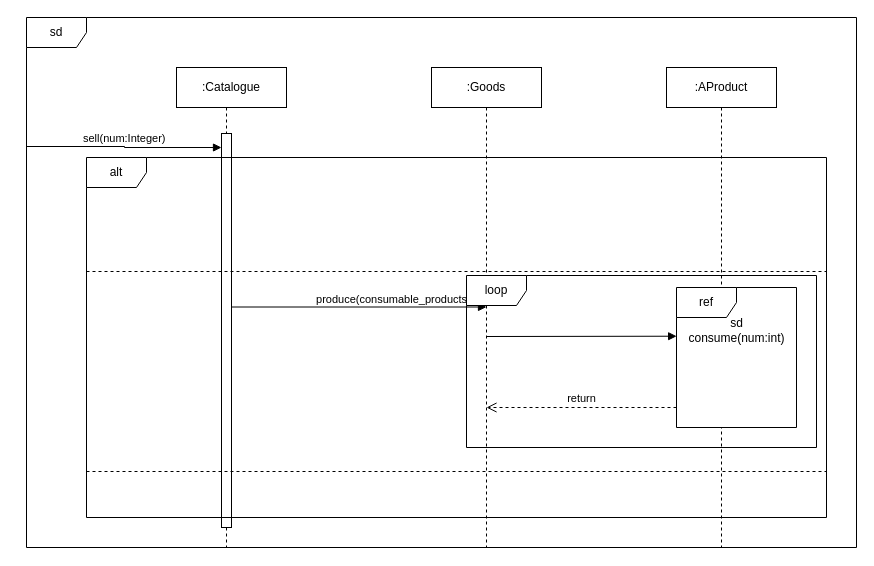
This is page "Последовательности" (1 of 3) of Диаграмма последовательности.drawio from R3plicant/ooap_lab1, a draw.io file, before an edit. Source tidied: cells renumbered, new cells numbered last; positions are measured from the earlier drawing's top-left corner, leaving out a move shared by most shapes. Both pictures are drawn from the tidied source at 100%, with x=0, y=0 at pixel (26, 17).
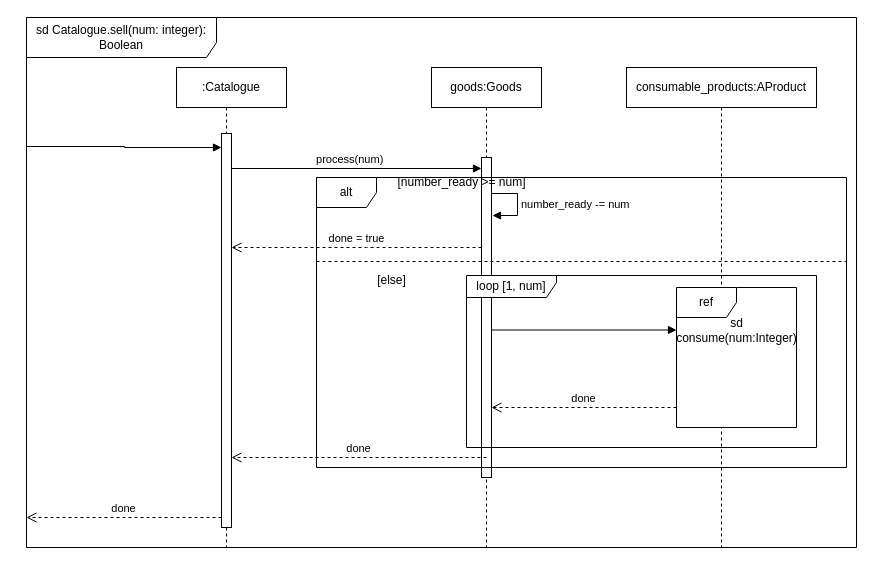
After the change.

Unchanged cells that the change refers to:
```xml
<mxCell id="3" style="endArrow=block;endFill=1;html=1;edgeStyle=orthogonalEdgeStyle;align=left;verticalAlign=top;rounded=0;" parent="1" edge="1">
  <mxGeometry x="-0.25" y="10" relative="1" as="geometry">
    <mxPoint y="129" as="sourcePoint" />
    <mxPoint x="195" y="130" as="targetPoint" />
    <Array as="points">
      <mxPoint x="98" y="130" />
    </Array>
  </mxGeometry>
</mxCell>
<mxCell id="10" style="html=1;points=[[0,0,0,0,5],[0,1,0,0,-5],[1,0,0,0,5],[1,1,0,0,-5]];perimeter=orthogonalPerimeter;outlineConnect=0;targetShapes=umlLifeline;portConstraint=eastwest;newEdgeStyle={&quot;curved&quot;:0,&quot;rounded&quot;:0};" parent="1" vertex="1">
  <mxGeometry x="195" y="116" width="10" height="394" as="geometry" />
</mxCell>
<mxCell id="15" value="ref" style="shape=umlFrame;whiteSpace=wrap;html=1;fillStyle=solid;swimlaneFillColor=default;" parent="1" vertex="1">
  <mxGeometry x="650" y="270" width="120" height="140" as="geometry" />
</mxCell>
```

Change to the diagram source:
```diff
@@
-    <mxCell id="4" value="sell(num:Integer)" style="edgeLabel;html=1;align=left;verticalAlign=bottom;" parent="3" vertex="1">
-      <mxGeometry x="-1" relative="1" as="geometry">
-        <mxPoint x="55" as="offset" />
-      </mxGeometry>
-    </mxCell>
@@
+    <mxCell id="22" style="html=1;points=[[0,0,0,0,5],[0,1,0,0,-5],[1,0,0,0,5],[1,1,0,0,-5]];perimeter=orthogonalPerimeter;outlineConnect=0;targetShapes=umlLifeline;portConstraint=eastwest;newEdgeStyle={&quot;curved&quot;:0,&quot;rounded&quot;:0};" parent="1" vertex="1">
+      <mxGeometry x="455" y="140" width="10" height="320" as="geometry" />
+    </mxCell>
-    <mxCell id="6" value=":Goods" style="html=1;whiteSpace=wrap;" parent="1" vertex="1">
+    <mxCell id="6" value="goods:Goods" style="html=1;whiteSpace=wrap;" parent="1" vertex="1">
       <mxGeometry x="405" y="50" width="110" height="40" as="geometry" />
     </mxCell>
-    <mxCell id="7" style="endArrow=block;endFill=1;html=1;edgeStyle=orthogonalEdgeStyle;align=left;verticalAlign=top;rounded=0;" parent="1" edge="1">
+    <mxCell id="7" style="endArrow=block;endFill=1;html=1;edgeStyle=orthogonalEdgeStyle;align=left;verticalAlign=top;rounded=0;" parent="1" edge="1" target="22">
       <mxGeometry x="-0.25" y="10" relative="1" as="geometry">
-        <mxPoint x="205" y="289.5" as="sourcePoint" />
-        <mxPoint x="460" y="289.5" as="targetPoint" />
+        <mxPoint x="205" y="150" as="sourcePoint" />
         <Array as="points">
-          <mxPoint x="460" y="289.5" />
+          <mxPoint x="205" y="151" />
         </Array>
       </mxGeometry>
     </mxCell>
-    <mxCell id="8" value="&amp;nbsp;produce(consumable_products)" style="edgeLabel;html=1;align=left;verticalAlign=bottom;" parent="7" vertex="1">
+    <mxCell id="8" value="&amp;nbsp;process(num)" style="edgeLabel;html=1;align=left;verticalAlign=bottom;" parent="7" vertex="1">
       <mxGeometry x="-1" relative="1" as="geometry">
         <mxPoint x="80" as="offset" />
       </mxGeometry>
     </mxCell>
@@
-    <mxCell id="11" value="alt" style="shape=umlFrame;whiteSpace=wrap;html=1;" parent="1" vertex="1">
-      <mxGeometry x="60" y="140" width="740" height="360" as="geometry" />
-    </mxCell>
-    <mxCell id="12" style="line;strokeWidth=1;fillColor=none;align=left;verticalAlign=middle;spacingTop=-1;spacingLeft=3;spacingRight=3;labelPosition=right;strokeColor=inherit;dashed=1;" parent="1" vertex="1">
-      <mxGeometry x="60" y="250" width="740" height="8" as="geometry" />
-    </mxCell>
@@
-    <mxCell id="14" value=":AProduct" style="html=1;whiteSpace=wrap;" parent="1" vertex="1">
-      <mxGeometry x="640" y="50" width="110" height="40" as="geometry" />
+    <mxCell id="14" value="consumable_products:AProduct" style="html=1;whiteSpace=wrap;" parent="1" vertex="1">
+      <mxGeometry x="600" y="50" width="190" height="40" as="geometry" />
     </mxCell>
@@
-    <mxCell id="16" style="html=1;verticalAlign=bottom;endArrow=block;curved=0;rounded=0;entryX=0.001;entryY=0.348;entryDx=0;entryDy=0;entryPerimeter=0;" parent="1" edge="1" target="15">
+    <mxCell id="16" style="html=1;verticalAlign=bottom;endArrow=block;curved=0;rounded=0;entryX=0.001;entryY=0.348;entryDx=0;entryDy=0;entryPerimeter=0;" parent="1" edge="1" source="22">
       <mxGeometry x="-0.05" y="12" relative="1" as="geometry">
-        <mxPoint x="460" y="319" as="sourcePoint" />
+        <mxPoint x="650" y="312.5" as="targetPoint" />
       </mxGeometry>
     </mxCell>
-    <mxCell id="17" value="sd&lt;br&gt;consume(num:int)" style="text;html=1;align=center;verticalAlign=middle;strokeColor=none;fillColor=none;" parent="1" vertex="1">
-      <mxGeometry x="650" y="293" width="120" height="40" as="geometry" />
+    <mxCell id="17" value="sd&lt;br&gt;consume(num:Integer)" style="text;html=1;align=center;verticalAlign=middle;strokeColor=none;fillColor=none;" parent="1" vertex="1">
+      <mxGeometry x="640" y="293" width="140" height="40" as="geometry" />
     </mxCell>
-    <mxCell id="18" value="loop" style="shape=umlFrame;whiteSpace=wrap;html=1;" parent="1" vertex="1">
+    <mxCell id="18" value="loop [1, num]" style="shape=umlFrame;whiteSpace=wrap;html=1;width=90;height=22;" parent="1" vertex="1">
       <mxGeometry x="440" y="258" width="350" height="172" as="geometry" />
     </mxCell>
-    <mxCell id="19" value="return" style="html=1;verticalAlign=bottom;endArrow=open;dashed=1;endSize=8;curved=0;rounded=0;" parent="1" edge="1">
+    <mxCell id="19" value="done" style="html=1;verticalAlign=bottom;endArrow=open;dashed=1;endSize=8;curved=0;rounded=0;" parent="1" edge="1" target="22">
       <mxGeometry relative="1" as="geometry">
         <mxPoint x="650" y="390" as="sourcePoint" />
-        <mxPoint x="460" y="390" as="targetPoint" />
       </mxGeometry>
     </mxCell>
-    <mxCell id="20" style="line;strokeWidth=1;fillColor=none;align=left;verticalAlign=middle;spacingTop=-1;spacingLeft=3;spacingRight=3;labelPosition=right;strokeColor=inherit;dashed=1;" parent="1" vertex="1">
-      <mxGeometry x="60" y="450" width="740" height="8" as="geometry" />
-    </mxCell>
-    <mxCell id="21" value="sd" style="shape=umlFrame;whiteSpace=wrap;html=1;" parent="1" vertex="1">
+    <mxCell id="21" value="sd Catalogue.sell(num: integer): Boolean" style="shape=umlFrame;whiteSpace=wrap;html=1;width=190;height=40;" parent="1" vertex="1">
       <mxGeometry width="830" height="530" as="geometry" />
     </mxCell>
+    <mxCell id="11" value="alt" style="shape=umlFrame;whiteSpace=wrap;html=1;" parent="1" vertex="1">
+      <mxGeometry x="290" y="160" width="530" height="290" as="geometry" />
+    </mxCell>
+    <mxCell id="23" style="line;strokeWidth=1;fillColor=none;align=left;verticalAlign=middle;spacingTop=-1;spacingLeft=3;spacingRight=3;labelPosition=right;strokeColor=inherit;dashed=1;" parent="1" vertex="1">
+      <mxGeometry x="290" y="240" width="530" height="8" as="geometry" />
+    </mxCell>
+    <mxCell id="24" value="[number_ready &amp;gt;= num]" style="text;html=1;align=center;verticalAlign=middle;strokeColor=none;fillColor=none;" parent="1" vertex="1">
+      <mxGeometry x="360" y="150" width="150" height="30" as="geometry" />
+    </mxCell>
+    <mxCell id="25" value="done = true" style="html=1;verticalAlign=bottom;endArrow=open;dashed=1;endSize=8;curved=0;rounded=0;" parent="1" edge="1" source="22" target="10">
+      <mxGeometry relative="1" as="geometry">
+        <Array as="points">
+          <mxPoint x="340" y="230" />
+        </Array>
+      </mxGeometry>
+    </mxCell>
+    <mxCell id="26" value="[else]" style="text;html=1;align=center;verticalAlign=middle;strokeColor=none;fillColor=none;" parent="1" vertex="1">
+      <mxGeometry x="340" y="248" width="50" height="30" as="geometry" />
+    </mxCell>
+    <mxCell id="27" value="done" style="html=1;verticalAlign=bottom;endArrow=open;dashed=1;endSize=8;curved=0;rounded=0;" parent="1" edge="1">
+      <mxGeometry relative="1" as="geometry">
+        <mxPoint x="195" y="500" as="sourcePoint" />
+        <mxPoint y="500" as="targetPoint" />
+      </mxGeometry>
+    </mxCell>
+    <mxCell id="28" value="done" style="html=1;verticalAlign=bottom;endArrow=open;dashed=1;endSize=8;curved=0;rounded=0;" parent="1" edge="1" target="10">
+      <mxGeometry relative="1" as="geometry">
+        <mxPoint x="460" y="440" as="sourcePoint" />
+      </mxGeometry>
+    </mxCell>
+    <mxCell id="29" value="number_ready -= num" style="html=1;align=left;spacingLeft=2;endArrow=block;rounded=0;edgeStyle=orthogonalEdgeStyle;curved=0;rounded=0;" parent="1" edge="1">
+      <mxGeometry relative="1" as="geometry">
+        <mxPoint x="465" y="176" as="sourcePoint" />
+        <mxPoint x="466" y="198" as="targetPoint" />
+        <Array as="points">
+          <mxPoint x="491" y="198" />
+        </Array>
+      </mxGeometry>
+    </mxCell>
```
